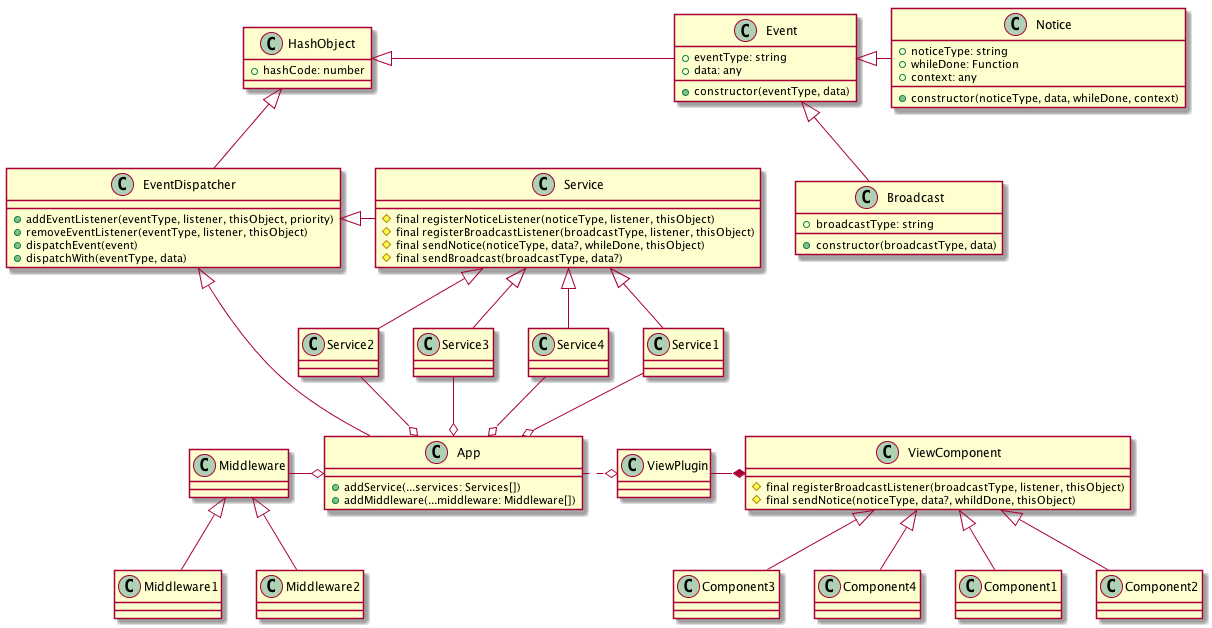
The PlantUML diagram doc/uml/ClassDefination.png in liuxiaochen2017/box, before a commit. Its diagram source:
```plantuml
@startuml ClassDefination

class HashObject {
    + hashCode: number
}

class Event {
    + eventType: string
    + data: any
    + constructor(eventType, data)
}

class EventDispatcher {
    + addEventListener(eventType, listener, thisObject, priority)
    + removeEventListener(eventType, listener, thisObject)
    + dispatchEvent(event)
    + dispatchWith(eventType, data)
}

class Service {
    # final registerNoticeListener(noticeType, listener, thisObject)
    # final registerBroadcastListener(broadcastType, listener, thisObject)
    # final sendNotice(noticeType, data?, whileDone, thisObject)
    # final sendBroadcast(broadcastType, data?)
}

class App {
    + addService(...services: Services[])
    + addMiddleware(...middleware: Middleware[])
}

class ViewComponent {
    # final registerBroadcastListener(broadcastType, listener, thisObject)
    # final sendNotice(noticeType, data?, whildDone, thisObject)
}

class Notice {
    + noticeType: string
    + whileDone: Function
    + context: any
    + constructor(noticeType, data, whileDone, context)
}

class Broadcast {
    + broadcastType: string
    + constructor(broadcastType, data)
}

HashObject <|- Event
Event <|- Notice
Event <|-- Broadcast
HashObject <|-- EventDispatcher
EventDispatcher <|- Service
EventDispatcher <|-- App
Service <|--Service1
Service <|--Service2
Service <|--Service3
Service <|--Service4
Service1 --o App
Service2 --o App
Service3 --o App
Service4 --o App
App .o ViewPlugin
ViewPlugin -* ViewComponent
ViewComponent <|-- Component1
ViewComponent <|-- Component2
ViewComponent <|-- Component3
ViewComponent <|-- Component4
Middleware -o App
Middleware <|-- Middleware1
Middleware <|-- Middleware2

@enduml
```
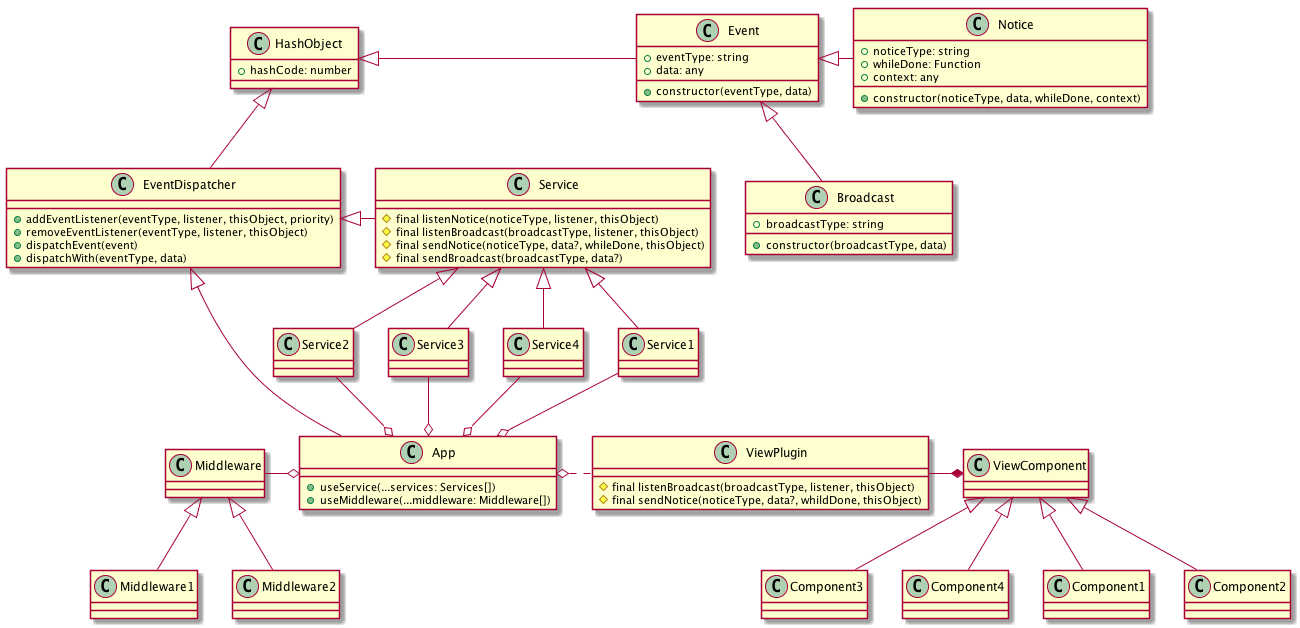
After the commit.

Commit message:
更新类库设计视图

Diff of the diagram source:
```diff
@@ -18,19 +18,19 @@
 }
 
 class Service {
-    # final registerNoticeListener(noticeType, listener, thisObject)
-    # final registerBroadcastListener(broadcastType, listener, thisObject)
+    # final listenNotice(noticeType, listener, thisObject)
+    # final listenBroadcast(broadcastType, listener, thisObject)
     # final sendNotice(noticeType, data?, whileDone, thisObject)
     # final sendBroadcast(broadcastType, data?)
 }
 
 class App {
-    + addService(...services: Services[])
-    + addMiddleware(...middleware: Middleware[])
+    + useService(...services: Services[])
+    + useMiddleware(...middleware: Middleware[])
 }
 
-class ViewComponent {
-    # final registerBroadcastListener(broadcastType, listener, thisObject)
+class ViewPlugin {
+    # final listenBroadcast(broadcastType, listener, thisObject)
     # final sendNotice(noticeType, data?, whildDone, thisObject)
 }
 
@@ -60,7 +60,7 @@
 Service2 --o App
 Service3 --o App
 Service4 --o App
-App .o ViewPlugin
+App o. ViewPlugin
 ViewPlugin -* ViewComponent
 ViewComponent <|-- Component1
 ViewComponent <|-- Component2
```
